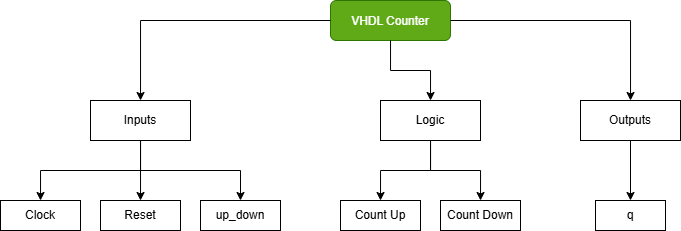
This is 1/img/BreakDown.png from gordonpow/lab_hardware_test, a draw.io export, as it was before one commit. Source tidied: cells renumbered, new cells last; positions are measured from the earlier drawing's top-left corner, leaving out a move shared by most shapes. Source of this version:
```xml
<mxGraphModel>
  <root>
    <mxCell id="0" />
    <mxCell id="1" parent="0" />
    <mxCell id="2" value="VHDL Counter" style="rounded=1;fillColor=#60a917;strokeColor=#2D7600;fontColor=#ffffff;" parent="1" vertex="1">
      <mxGeometry x="330" width="120" height="40" as="geometry" />
    </mxCell>
    <mxCell id="3" value="Inputs" style="rounded=0;whiteSpace=wrap;html=1;" parent="1" vertex="1">
      <mxGeometry x="90" y="100" width="100" height="40" as="geometry" />
    </mxCell>
    <mxCell id="4" value="Logic" style="rounded=0;whiteSpace=wrap;html=1;" parent="1" vertex="1">
      <mxGeometry x="380" y="100" width="100" height="40" as="geometry" />
    </mxCell>
    <mxCell id="5" style="edgeStyle=none;html=1;exitX=0.5;exitY=1;exitDx=0;exitDy=0;entryX=0.5;entryY=0;entryDx=0;entryDy=0;" parent="1" edge="1" source="6" target="21">
      <mxGeometry relative="1" as="geometry" />
    </mxCell>
    <mxCell id="6" value="Outputs" style="rounded=0;whiteSpace=wrap;html=1;" parent="1" vertex="1">
      <mxGeometry x="580" y="100" width="100" height="40" as="geometry" />
    </mxCell>
    <mxCell id="7" style="edgeStyle=orthogonalEdgeStyle;rounded=0;jettySize=auto;html=1;" parent="1" edge="1" source="2" target="3">
      <mxGeometry relative="1" as="geometry" />
    </mxCell>
    <mxCell id="8" style="edgeStyle=orthogonalEdgeStyle;rounded=0;jettySize=auto;html=1;" parent="1" edge="1" source="2" target="4">
      <mxGeometry relative="1" as="geometry" />
    </mxCell>
    <mxCell id="9" style="edgeStyle=orthogonalEdgeStyle;rounded=0;jettySize=auto;html=1;" parent="1" edge="1" source="2" target="6">
      <mxGeometry relative="1" as="geometry" />
    </mxCell>
    <mxCell id="10" value="Clock" style="rounded=0;whiteSpace=wrap;html=1;" parent="1" vertex="1">
      <mxGeometry y="200" width="80" height="30" as="geometry" />
    </mxCell>
    <mxCell id="11" value="Reset" style="rounded=0;whiteSpace=wrap;html=1;" parent="1" vertex="1">
      <mxGeometry x="100" y="200" width="80" height="30" as="geometry" />
    </mxCell>
    <mxCell id="12" style="edgeStyle=orthogonalEdgeStyle;rounded=0;jettySize=auto;html=1;" parent="1" edge="1" source="3" target="10">
      <mxGeometry relative="1" as="geometry">
        <Array as="points">
          <mxPoint x="140" y="170" />
          <mxPoint x="40" y="170" />
        </Array>
      </mxGeometry>
    </mxCell>
    <mxCell id="13" style="edgeStyle=orthogonalEdgeStyle;rounded=0;jettySize=auto;html=1;" parent="1" edge="1" source="3" target="11">
      <mxGeometry relative="1" as="geometry">
        <Array as="points">
          <mxPoint x="140" y="160" />
          <mxPoint x="140" y="160" />
        </Array>
      </mxGeometry>
    </mxCell>
    <mxCell id="14" value="Count Up" style="rounded=0;whiteSpace=wrap;html=1;" parent="1" vertex="1">
      <mxGeometry x="340" y="200" width="80" height="30" as="geometry" />
    </mxCell>
    <mxCell id="15" value="Count Down" style="rounded=0;whiteSpace=wrap;html=1;" parent="1" vertex="1">
      <mxGeometry x="440" y="200" width="80" height="30" as="geometry" />
    </mxCell>
    <mxCell id="16" style="edgeStyle=orthogonalEdgeStyle;rounded=0;jettySize=auto;html=1;" parent="1" edge="1" source="4" target="14">
      <mxGeometry relative="1" as="geometry" />
    </mxCell>
    <mxCell id="17" style="edgeStyle=orthogonalEdgeStyle;rounded=0;jettySize=auto;html=1;" parent="1" edge="1" source="4" target="15">
      <mxGeometry relative="1" as="geometry" />
    </mxCell>
    <mxCell id="18" value="up_down" style="rounded=0;whiteSpace=wrap;html=1;" parent="1" vertex="1">
      <mxGeometry x="200" y="200" width="80" height="30" as="geometry" />
    </mxCell>
    <mxCell id="19" style="endArrow=none;html=1;" parent="1" edge="1">
      <mxGeometry relative="1" as="geometry">
        <mxPoint x="140" y="170" as="sourcePoint" />
        <mxPoint x="240" y="170" as="targetPoint" />
      </mxGeometry>
    </mxCell>
    <mxCell id="20" style="endArrow=classic;html=1;entryX=0.5;entryY=0;entryDx=0;entryDy=0;" parent="1" edge="1" target="18">
      <mxGeometry relative="1" as="geometry">
        <mxPoint x="240" y="170" as="sourcePoint" />
      </mxGeometry>
    </mxCell>
    <mxCell id="21" value="q" style="rounded=0;whiteSpace=wrap;html=1;" parent="1" vertex="1">
      <mxGeometry x="595" y="200" width="70" height="30" as="geometry" />
    </mxCell>
  </root>
</mxGraphModel>
```
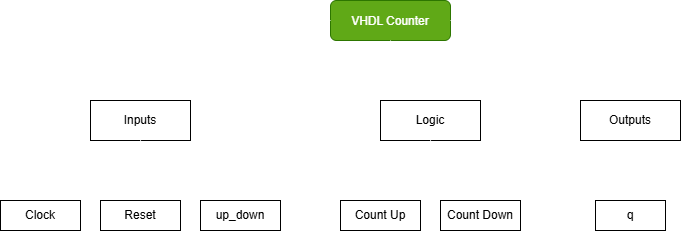
The same diagram one commit later.

Commit message:
fix : Question 1 img_MSC of readme.md

Change to the diagram source:
```diff
@@ -11,19 +11,19 @@
     <mxCell id="4" value="Logic" style="rounded=0;whiteSpace=wrap;html=1;" parent="1" vertex="1">
       <mxGeometry x="380" y="100" width="100" height="40" as="geometry" />
     </mxCell>
-    <mxCell id="5" style="edgeStyle=none;html=1;exitX=0.5;exitY=1;exitDx=0;exitDy=0;entryX=0.5;entryY=0;entryDx=0;entryDy=0;" parent="1" edge="1" source="6" target="21">
+    <mxCell id="5" style="edgeStyle=none;html=1;exitX=0.5;exitY=1;exitDx=0;exitDy=0;entryX=0.5;entryY=0;entryDx=0;entryDy=0;strokeColor=#FFFFFF;" parent="1" edge="1" source="6" target="21">
       <mxGeometry relative="1" as="geometry" />
     </mxCell>
     <mxCell id="6" value="Outputs" style="rounded=0;whiteSpace=wrap;html=1;" parent="1" vertex="1">
       <mxGeometry x="580" y="100" width="100" height="40" as="geometry" />
     </mxCell>
-    <mxCell id="7" style="edgeStyle=orthogonalEdgeStyle;rounded=0;jettySize=auto;html=1;" parent="1" edge="1" source="2" target="3">
+    <mxCell id="7" style="edgeStyle=orthogonalEdgeStyle;rounded=0;jettySize=auto;html=1;fillColor=#f5f5f5;strokeColor=#FFFFFF;" parent="1" edge="1" source="2" target="3">
       <mxGeometry relative="1" as="geometry" />
     </mxCell>
-    <mxCell id="8" style="edgeStyle=orthogonalEdgeStyle;rounded=0;jettySize=auto;html=1;" parent="1" edge="1" source="2" target="4">
+    <mxCell id="8" style="edgeStyle=orthogonalEdgeStyle;rounded=0;jettySize=auto;html=1;strokeColor=#FFFFFF;" parent="1" edge="1" source="2" target="4">
       <mxGeometry relative="1" as="geometry" />
     </mxCell>
-    <mxCell id="9" style="edgeStyle=orthogonalEdgeStyle;rounded=0;jettySize=auto;html=1;" parent="1" edge="1" source="2" target="6">
+    <mxCell id="9" style="edgeStyle=orthogonalEdgeStyle;rounded=0;jettySize=auto;html=1;strokeColor=#FFFFFF;" parent="1" edge="1" source="2" target="6">
       <mxGeometry relative="1" as="geometry" />
     </mxCell>
     <mxCell id="10" value="Clock" style="rounded=0;whiteSpace=wrap;html=1;" parent="1" vertex="1">
@@ -32,7 +32,7 @@
     <mxCell id="11" value="Reset" style="rounded=0;whiteSpace=wrap;html=1;" parent="1" vertex="1">
       <mxGeometry x="100" y="200" width="80" height="30" as="geometry" />
     </mxCell>
-    <mxCell id="12" style="edgeStyle=orthogonalEdgeStyle;rounded=0;jettySize=auto;html=1;" parent="1" edge="1" source="3" target="10">
+    <mxCell id="12" style="edgeStyle=orthogonalEdgeStyle;rounded=0;jettySize=auto;html=1;strokeColor=#FFFFFF;" parent="1" edge="1" source="3" target="10">
       <mxGeometry relative="1" as="geometry">
         <Array as="points">
           <mxPoint x="140" y="170" />
@@ -40,7 +40,7 @@
         </Array>
       </mxGeometry>
     </mxCell>
-    <mxCell id="13" style="edgeStyle=orthogonalEdgeStyle;rounded=0;jettySize=auto;html=1;" parent="1" edge="1" source="3" target="11">
+    <mxCell id="13" style="edgeStyle=orthogonalEdgeStyle;rounded=0;jettySize=auto;html=1;strokeColor=#FFFFFF;" parent="1" edge="1" source="3" target="11">
       <mxGeometry relative="1" as="geometry">
         <Array as="points">
           <mxPoint x="140" y="160" />
@@ -54,22 +54,22 @@
     <mxCell id="15" value="Count Down" style="rounded=0;whiteSpace=wrap;html=1;" parent="1" vertex="1">
       <mxGeometry x="440" y="200" width="80" height="30" as="geometry" />
     </mxCell>
-    <mxCell id="16" style="edgeStyle=orthogonalEdgeStyle;rounded=0;jettySize=auto;html=1;" parent="1" edge="1" source="4" target="14">
+    <mxCell id="16" style="edgeStyle=orthogonalEdgeStyle;rounded=0;jettySize=auto;html=1;strokeColor=#FFFFFF;" parent="1" edge="1" source="4" target="14">
       <mxGeometry relative="1" as="geometry" />
     </mxCell>
-    <mxCell id="17" style="edgeStyle=orthogonalEdgeStyle;rounded=0;jettySize=auto;html=1;" parent="1" edge="1" source="4" target="15">
+    <mxCell id="17" style="edgeStyle=orthogonalEdgeStyle;rounded=0;jettySize=auto;html=1;strokeColor=#FFFFFF;" parent="1" edge="1" source="4" target="15">
       <mxGeometry relative="1" as="geometry" />
     </mxCell>
     <mxCell id="18" value="up_down" style="rounded=0;whiteSpace=wrap;html=1;" parent="1" vertex="1">
       <mxGeometry x="200" y="200" width="80" height="30" as="geometry" />
     </mxCell>
-    <mxCell id="19" style="endArrow=none;html=1;" parent="1" edge="1">
+    <mxCell id="19" style="endArrow=none;html=1;strokeColor=#FFFFFF;" parent="1" edge="1">
       <mxGeometry relative="1" as="geometry">
         <mxPoint x="140" y="170" as="sourcePoint" />
         <mxPoint x="240" y="170" as="targetPoint" />
       </mxGeometry>
     </mxCell>
-    <mxCell id="20" style="endArrow=classic;html=1;entryX=0.5;entryY=0;entryDx=0;entryDy=0;" parent="1" edge="1" target="18">
+    <mxCell id="20" style="endArrow=classic;html=1;entryX=0.5;entryY=0;entryDx=0;entryDy=0;strokeColor=#FFFFFF;" parent="1" edge="1" target="18">
       <mxGeometry relative="1" as="geometry">
         <mxPoint x="240" y="170" as="sourcePoint" />
       </mxGeometry>
```
